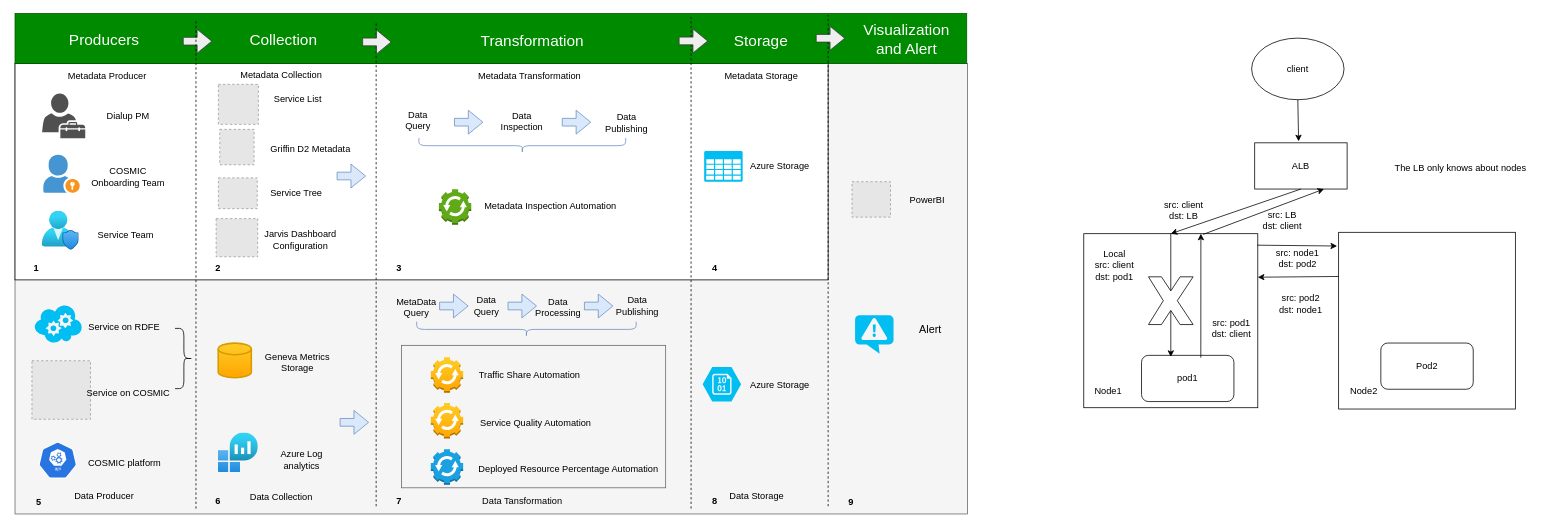
This is Workflow for analyzing and draft.drawio from nonly/timewheel, a draw.io file, before an edit. Source tidied: cells renumbered, new cells numbered last; positions are measured from the earlier drawing's top-left corner, leaving out a move shared by most shapes. Both pictures are drawn from the tidied source at 77%, with x=0, y=0 at pixel (13, 13). Pictures stored in the file or linked from it are replaced by grey dashed boxes.
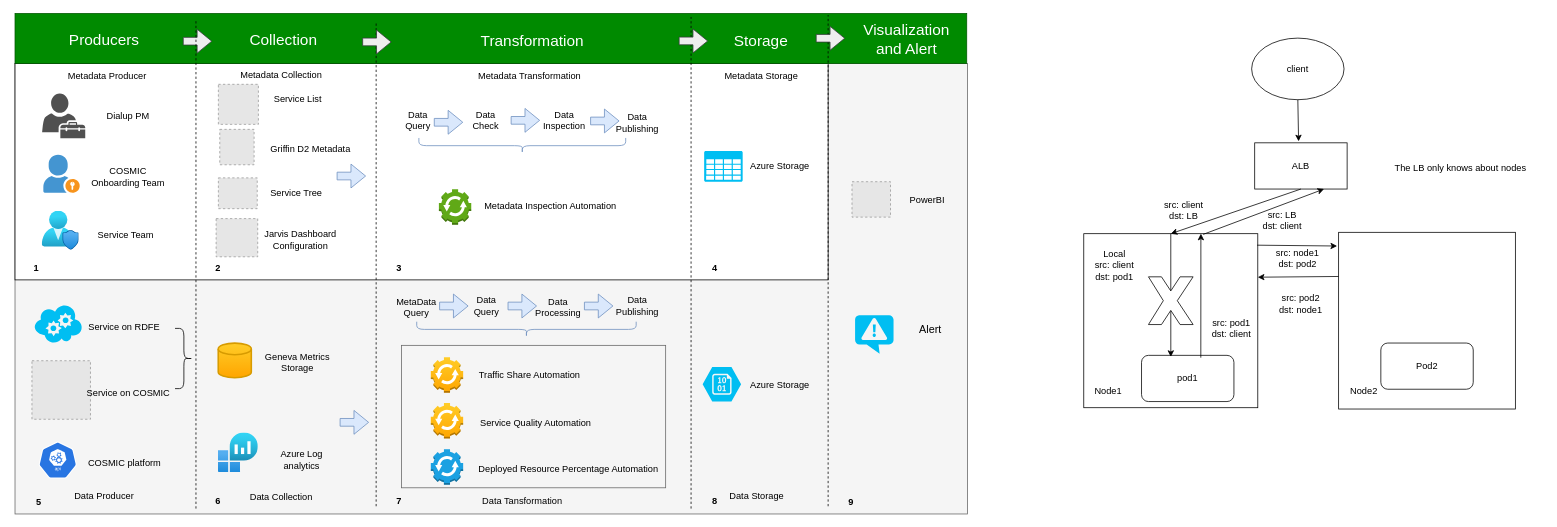
The same page after the edit.

What changed in the source:
```diff
@@
     <mxCell id="88" value="Data Inspection" style="text;html=1;strokeColor=none;fillColor=none;align=center;verticalAlign=middle;whiteSpace=wrap;rounded=0;" parent="1" vertex="1">
-      <mxGeometry x="633.4" y="125" width="54.9" height="30" as="geometry" />
+      <mxGeometry x="688.2" y="124.2" width="54.9" height="30" as="geometry" />
     </mxCell>
     <mxCell id="89" value="Data Publishing" style="text;html=1;strokeColor=none;fillColor=none;align=center;verticalAlign=middle;whiteSpace=wrap;rounded=0;" parent="1" vertex="1">
-      <mxGeometry x="769.2" y="126.7" width="54.9" height="30" as="geometry" />
+      <mxGeometry x="782.8" y="126.7" width="54.9" height="30" as="geometry" />
     </mxCell>
     <mxCell id="90" style="shape=flexArrow;endArrow=classic;html=1;rounded=0;fontSize=14;fillColor=#dae8fc;strokeColor=#6c8ebf;" parent="1" edge="1">
       <mxGeometry relative="1" as="geometry">
-        <mxPoint x="712.2" y="141.2" as="sourcePoint" />
-        <mxPoint x="750.2" y="141.2" as="targetPoint" />
+        <mxPoint x="749" y="139.6" as="sourcePoint" />
+        <mxPoint x="787" y="139.6" as="targetPoint" />
       </mxGeometry>
     </mxCell>
     <mxCell id="91" style="shape=flexArrow;endArrow=classic;html=1;rounded=0;fontSize=14;fillColor=#dae8fc;strokeColor=#6c8ebf;" parent="1" edge="1">
       <mxGeometry relative="1" as="geometry">
-        <mxPoint x="572.2" y="141.2" as="sourcePoint" />
-        <mxPoint x="610.2" y="141.2" as="targetPoint" />
+        <mxPoint x="645.8" y="138.8" as="sourcePoint" />
+        <mxPoint x="683.8" y="138.8" as="targetPoint" />
       </mxGeometry>
     </mxCell>
@@
+    <mxCell id="116" style="shape=flexArrow;endArrow=classic;html=1;rounded=0;fontSize=14;fillColor=#dae8fc;strokeColor=#6c8ebf;" parent="1" edge="1">
+      <mxGeometry relative="1" as="geometry">
+        <mxPoint x="546" y="141.3" as="sourcePoint" />
+        <mxPoint x="584" y="141.3" as="targetPoint" />
+      </mxGeometry>
+    </mxCell>
+    <mxCell id="117" value="Data Check" style="text;html=1;strokeColor=none;fillColor=none;align=center;verticalAlign=middle;whiteSpace=wrap;rounded=0;" parent="1" vertex="1">
+      <mxGeometry x="586" y="124.2" width="54.9" height="30" as="geometry" />
+    </mxCell>
```
